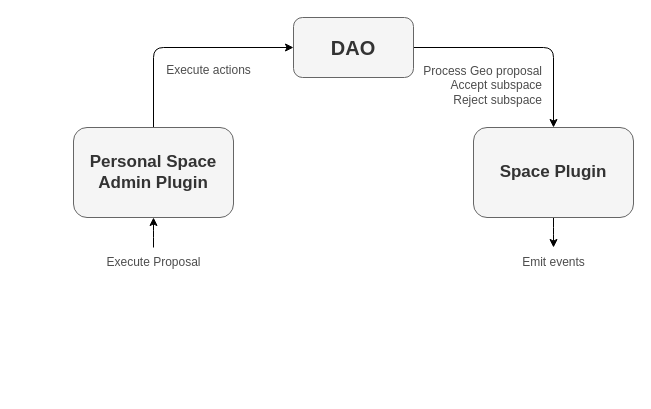
This is page "Personal 1" (3 of 8) of img/Geo Diagrams.drawio from aragon/geo-browser-contracts, a draw.io file, before an edit. Source tidied: cells renumbered, new cells numbered last; positions are measured from the earlier drawing's top-left corner, leaving out a move shared by most shapes. Both pictures are drawn from the tidied source at 100%, with x=0, y=0 at pixel (73, 17).
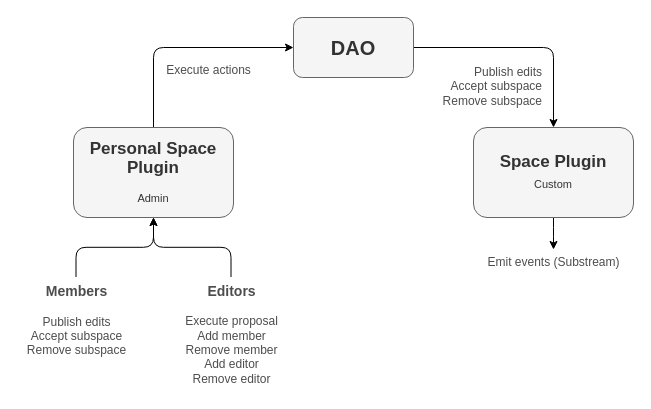
After the change.

What changed in the source:
```diff
@@
 <mxGraphModel background="#ffffff">
   <root>
     <mxCell id="0" />
     <mxCell id="1" parent="0" />
     <mxCell id="2" style="edgeStyle=orthogonalEdgeStyle;rounded=1;jettySize=auto;html=1;exitX=1;exitY=0.5;exitDx=0;exitDy=0;entryX=0.5;entryY=0;entryDx=0;entryDy=0;" parent="1" edge="1" source="3" target="7">
       <mxGeometry relative="1" as="geometry" />
     </mxCell>
     <mxCell id="3" value="&lt;font style=&quot;font-size: 20px;&quot;&gt;&lt;b&gt;DAO&lt;/b&gt;&lt;/font&gt;" style="rounded=1;whiteSpace=wrap;html=1;fillColor=#f5f5f5;fontColor=#333333;strokeColor=#666666;" parent="1" vertex="1">
       <mxGeometry x="220" width="120" height="60" as="geometry" />
     </mxCell>
     <mxCell id="4" style="edgeStyle=orthogonalEdgeStyle;rounded=1;jettySize=auto;html=1;exitX=0.5;exitY=0;exitDx=0;exitDy=0;entryX=0;entryY=0.5;entryDx=0;entryDy=0;" parent="1" edge="1" source="5" target="3">
       <mxGeometry relative="1" as="geometry" />
     </mxCell>
-    <mxCell id="5" value="&lt;font size=&quot;1&quot; style=&quot;&quot;&gt;&lt;b style=&quot;font-size: 17px;&quot;&gt;Personal Space&lt;br&gt;Admin Plugin&lt;br&gt;&lt;/b&gt;&lt;/font&gt;" style="rounded=1;whiteSpace=wrap;html=1;fillColor=#f5f5f5;fontColor=#333333;strokeColor=#666666;" parent="1" vertex="1">
+    <mxCell id="5" value="&lt;p style=&quot;line-height: 152%;&quot;&gt;&lt;font style=&quot;&quot;&gt;&lt;b style=&quot;font-size: 17px;&quot;&gt;Personal Space&lt;/b&gt;&lt;br&gt;&lt;b style=&quot;font-size: 17px;&quot;&gt;Plugin&lt;/b&gt;&lt;/font&gt;&lt;/p&gt;&lt;div&gt;&lt;font style=&quot;&quot;&gt;&lt;font style=&quot;font-size: 11px;&quot;&gt;Admin&lt;/font&gt;&lt;/font&gt;&lt;/div&gt;&lt;p&gt;&lt;/p&gt;" style="rounded=1;whiteSpace=wrap;html=1;fillColor=#f5f5f5;fontColor=#333333;strokeColor=#666666;" parent="1" vertex="1">
       <mxGeometry y="110" width="160" height="90" as="geometry" />
     </mxCell>
     <mxCell id="6" style="edgeStyle=orthogonalEdgeStyle;rounded=1;jettySize=auto;html=1;exitX=0.5;exitY=1;exitDx=0;exitDy=0;" parent="1" edge="1" source="7" target="12">
       <mxGeometry relative="1" as="geometry" />
     </mxCell>
-    <mxCell id="7" value="&lt;font size=&quot;1&quot; style=&quot;&quot;&gt;&lt;b style=&quot;font-size: 17px;&quot;&gt;Space Plugin&lt;br&gt;&lt;/b&gt;&lt;/font&gt;" style="rounded=1;whiteSpace=wrap;html=1;fillColor=#f5f5f5;fontColor=#333333;strokeColor=#666666;" parent="1" vertex="1">
+    <mxCell id="7" value="&lt;font size=&quot;1&quot;&gt;&lt;b style=&quot;font-size: 17px;&quot;&gt;Space Plugin&lt;/b&gt;&lt;/font&gt;&lt;br style=&quot;font-size: 11px;&quot;&gt;&lt;span style=&quot;font-size: 11px;&quot;&gt;Custom&lt;/span&gt;&lt;font size=&quot;1&quot; style=&quot;&quot;&gt;&lt;b style=&quot;font-size: 17px;&quot;&gt;&lt;br&gt;&lt;/b&gt;&lt;/font&gt;" style="rounded=1;whiteSpace=wrap;html=1;fillColor=#f5f5f5;fontColor=#333333;strokeColor=#666666;" parent="1" vertex="1">
       <mxGeometry x="400" y="110" width="160" height="90" as="geometry" />
     </mxCell>
     <mxCell id="8" style="edgeStyle=orthogonalEdgeStyle;rounded=1;jettySize=auto;html=1;entryX=0.5;entryY=1;entryDx=0;entryDy=0;" parent="1" edge="1" source="9" target="5">
       <mxGeometry relative="1" as="geometry" />
     </mxCell>
-    <mxCell id="9" value="Execute Proposal" style="text;html=1;align=center;verticalAlign=middle;points=[];strokeColor=none;fillColor=none;fontColor=#4d4d4d;" parent="1" vertex="1">
-      <mxGeometry x="20" y="230" width="120" height="30" as="geometry" />
+    <mxCell id="9" value="&lt;b&gt;&lt;font style=&quot;font-size: 14px;&quot;&gt;Members&lt;/font&gt;&lt;/b&gt;&lt;div&gt;&lt;br&gt;&lt;/div&gt;&lt;div&gt;Publish edits&lt;/div&gt;&lt;div&gt;Accept subspace&lt;/div&gt;&lt;div&gt;Remove subspace&lt;/div&gt;" style="text;html=1;align=center;verticalAlign=middle;points=[];strokeColor=none;fillColor=none;fontColor=#4d4d4d;" parent="1" vertex="1">
+      <mxGeometry x="-56" y="259.5" width="117" height="86" as="geometry" />
     </mxCell>
     <mxCell id="10" value="Execute actions" style="text;html=1;align=center;verticalAlign=middle;strokeColor=none;fillColor=none;fontColor=#4d4d4d;" parent="1" vertex="1">
       <mxGeometry x="80" y="38" width="110" height="30" as="geometry" />
     </mxCell>
-    <mxCell id="11" value="Process Geo proposal&lt;br&gt;Accept subspace&lt;br&gt;Reject subspace" style="text;html=1;align=right;verticalAlign=middle;strokeColor=none;fillColor=none;fontColor=#4d4d4d;" parent="1" vertex="1">
-      <mxGeometry x="330" y="38" width="140" height="60" as="geometry" />
+    <mxCell id="11" value="Publish edits&lt;br&gt;Accept subspace&lt;br&gt;Remove subspace" style="text;html=1;align=right;verticalAlign=middle;strokeColor=none;fillColor=none;fontColor=#4d4d4d;" parent="1" vertex="1">
+      <mxGeometry x="353" y="41" width="117" height="55" as="geometry" />
     </mxCell>
-    <mxCell id="12" value="Emit events" style="text;html=1;align=center;verticalAlign=middle;points=[];strokeColor=none;fillColor=none;fontColor=#4d4d4d;" parent="1" vertex="1">
-      <mxGeometry x="435" y="230" width="90" height="30" as="geometry" />
+    <mxCell id="12" value="Emit events (Substream)" style="text;html=1;align=center;verticalAlign=middle;points=[];strokeColor=none;fillColor=none;fontColor=#4d4d4d;" parent="1" vertex="1">
+      <mxGeometry x="405" y="232" width="150" height="26" as="geometry" />
     </mxCell>
+    <mxCell id="13" style="edgeStyle=orthogonalEdgeStyle;rounded=1;jettySize=auto;html=1;entryX=0.5;entryY=1;entryDx=0;entryDy=0;curved=0;" parent="1" edge="1" source="14" target="5">
+      <mxGeometry relative="1" as="geometry" />
+    </mxCell>
+    <mxCell id="14" value="&lt;b&gt;&lt;font style=&quot;font-size: 14px;&quot;&gt;Editors&lt;/font&gt;&lt;/b&gt;&lt;div&gt;&lt;br&gt;&lt;/div&gt;&lt;div&gt;Execute proposal&lt;/div&gt;&lt;div&gt;Add member&lt;/div&gt;&lt;div&gt;Remove member&lt;/div&gt;&lt;div&gt;Add editor&lt;/div&gt;&lt;span style=&quot;background-color: initial;&quot;&gt;Remove editor&lt;/span&gt;" style="text;html=1;align=center;verticalAlign=middle;points=[];strokeColor=none;fillColor=none;fontColor=#4d4d4d;" parent="1" vertex="1">
+      <mxGeometry x="102" y="259.5" width="111" height="115" as="geometry" />
+    </mxCell>
   </root>
 </mxGraphModel>
```
